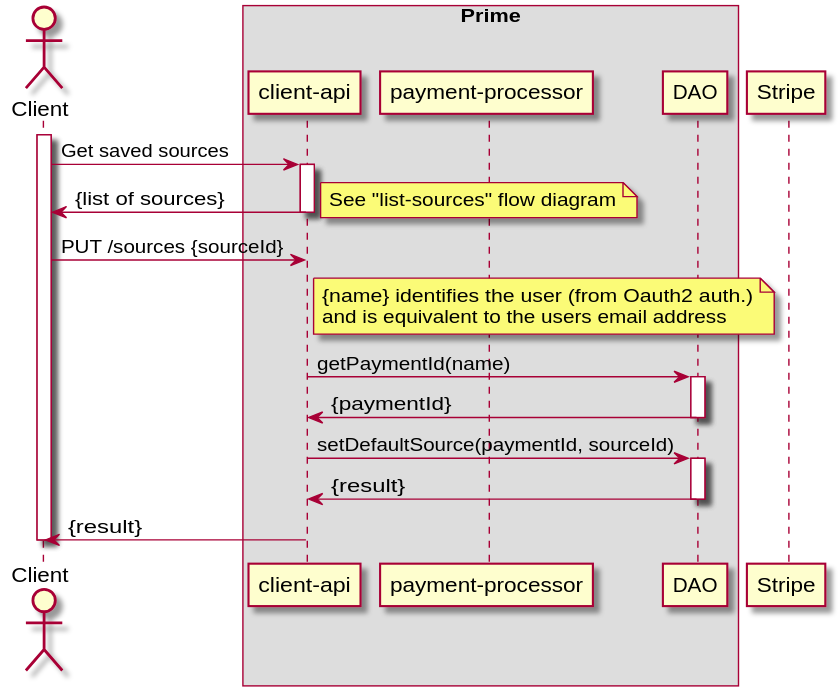
This is payment-processor/doc/diagrams/set-default-source.svg from ostelco/ostelco-core, a PlantUML export, as it was before one commit.
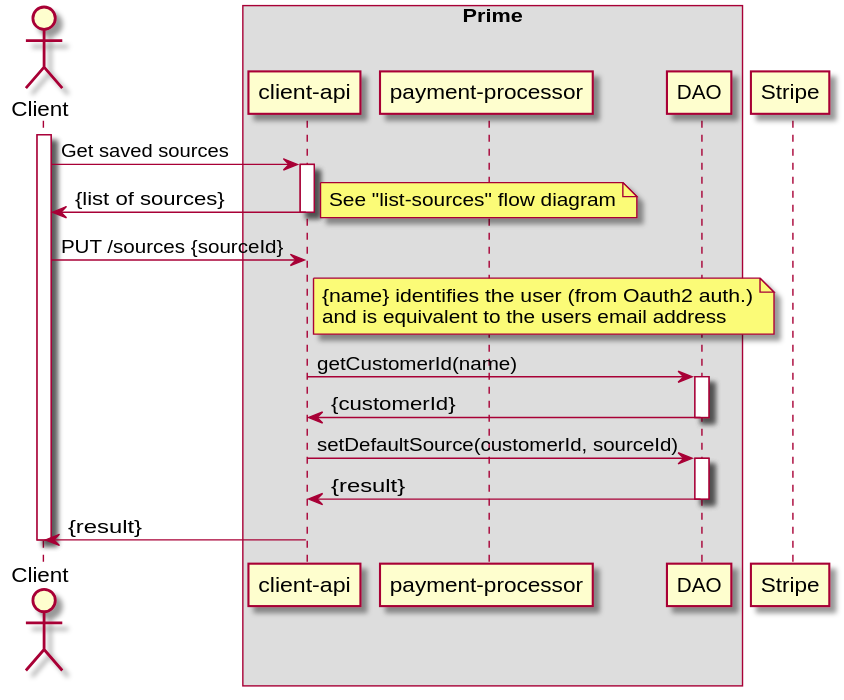
Later version of the same file.

The edit, as a diff of the source:
```diff
@@ -24,12 +24,12 @@
        and is equivalent to the users email address
     end note
 
-    "client-api" -> DAO : getPaymentId(name)
+    "client-api" -> DAO : getCustomerId(name)
     activate DAO
-    DAO -> "client-api" : {paymentId}
+    DAO -> "client-api" : {customerId}
     deactivate DAO
 
-    "client-api" -> DAO : setDefaultSource(paymentId, sourceId)
+    "client-api" -> DAO : setDefaultSource(customerId, sourceId)
     activate DAO
     DAO -> "client-api" : {result}
     deactivate DAO
```
